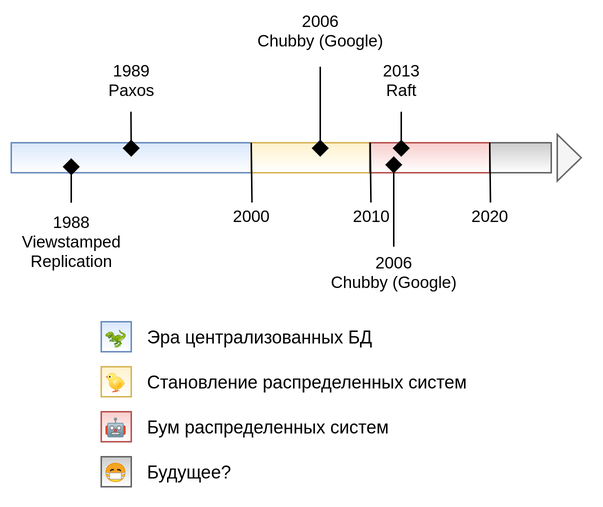
Before: 2020-ru-consensus-algorithms-and-nodejs/slides/images/general-timeline.png, a diagram exported from draw.io (puzpuzpuz/talks). Source tidied: cells renumbered, new cells last; positions are measured from the earlier drawing's top-left corner, leaving out a move shared by most shapes. Source of this version:
```xml
<mxGraphModel>
  <root>
    <mxCell id="0" />
    <mxCell id="1" parent="0" />
    <mxCell id="2" style="rounded=0;whiteSpace=wrap;html=1;fillColor=#dae8fc;strokeColor=#6c8ebf;gradientColor=#ffffff;" parent="1" vertex="1">
      <mxGeometry y="50.7" width="160" height="20" as="geometry" />
    </mxCell>
    <mxCell id="3" value="1988&lt;br&gt;Viewstamped&lt;br&gt;Replication" style="endArrow=diamond;html=1;verticalAlign=top;labelBackgroundColor=none;spacingTop=16;endFill=1;jumpSize=6;endSize=9;" parent="1" edge="1">
      <mxGeometry relative="1" as="geometry">
        <mxPoint x="40" y="90.7" as="sourcePoint" />
        <mxPoint x="40" y="61" as="targetPoint" />
      </mxGeometry>
    </mxCell>
    <mxCell id="4" value="1989&lt;br&gt;Paxos" style="endArrow=none;html=1;entryX=0.033;entryY=-0.033;entryDx=0;entryDy=0;entryPerimeter=0;verticalAlign=bottom;labelBackgroundColor=none;spacingTop=0;spacingBottom=20;endFill=0;startArrow=diamond;startFill=1;endSize=6;startSize=9;" parent="1" edge="1">
      <mxGeometry relative="1" as="geometry">
        <mxPoint x="80" y="60" as="sourcePoint" />
        <mxPoint x="79.8" y="30" as="targetPoint" />
      </mxGeometry>
    </mxCell>
    <mxCell id="5" style="rounded=0;whiteSpace=wrap;html=1;fillColor=#fff2cc;strokeColor=#d6b656;gradientColor=#ffffff;" parent="1" vertex="1">
      <mxGeometry x="160" y="50.7" width="80" height="20" as="geometry" />
    </mxCell>
    <mxCell id="6" value="2000" style="endArrow=none;html=1;entryX=0.093;entryY=0.008;entryDx=0;entryDy=0;entryPerimeter=0;verticalAlign=top;labelBackgroundColor=none;spacingTop=16;" parent="1" edge="1">
      <mxGeometry relative="1" as="geometry">
        <mxPoint x="160.5" y="90.5" as="sourcePoint" />
        <mxPoint x="160" y="50.7" as="targetPoint" />
      </mxGeometry>
    </mxCell>
    <mxCell id="7" style="rounded=0;whiteSpace=wrap;html=1;fillColor=#f8cecc;strokeColor=#b85450;gradientColor=#ffffff;" parent="1" vertex="1">
      <mxGeometry x="239" y="50.7" width="80" height="20" as="geometry" />
    </mxCell>
    <mxCell id="8" value="2013&lt;br&gt;Raft" style="endArrow=none;html=1;verticalAlign=bottom;labelBackgroundColor=none;spacingTop=0;spacingBottom=20;endFill=0;startArrow=diamond;startFill=1;startSize=9;" parent="1" edge="1">
      <mxGeometry relative="1" as="geometry">
        <mxPoint x="260" y="60" as="sourcePoint" />
        <mxPoint x="260" y="30" as="targetPoint" />
      </mxGeometry>
    </mxCell>
    <mxCell id="9" value="2010" style="endArrow=none;html=1;entryX=0.093;entryY=0.008;entryDx=0;entryDy=0;entryPerimeter=0;verticalAlign=top;labelBackgroundColor=none;spacingTop=16;" parent="1" edge="1">
      <mxGeometry relative="1" as="geometry">
        <mxPoint x="239.8" y="90.5" as="sourcePoint" />
        <mxPoint x="239.3" y="50.7" as="targetPoint" />
      </mxGeometry>
    </mxCell>
    <mxCell id="10" value="2006&lt;br&gt;Chubby (Google)" style="endArrow=none;html=1;verticalAlign=bottom;labelBackgroundColor=none;spacingTop=0;spacingBottom=38;endFill=0;startArrow=diamond;startFill=1;startSize=9;" parent="1" edge="1">
      <mxGeometry relative="1" as="geometry">
        <mxPoint x="206" y="60" as="sourcePoint" />
        <mxPoint x="206" as="targetPoint" />
      </mxGeometry>
    </mxCell>
    <mxCell id="11" style="rounded=0;whiteSpace=wrap;html=1;strokeColor=#666666;fontColor=#333333;gradientColor=#ffffff;fillColor=#CCCCCC;" parent="1" vertex="1">
      <mxGeometry x="319" y="50.7" width="41" height="20" as="geometry" />
    </mxCell>
    <mxCell id="12" value="2020" style="endArrow=none;html=1;entryX=0.093;entryY=0.008;entryDx=0;entryDy=0;entryPerimeter=0;verticalAlign=top;labelBackgroundColor=none;spacingTop=16;" parent="1" edge="1">
      <mxGeometry relative="1" as="geometry">
        <mxPoint x="319.5" y="90.5" as="sourcePoint" />
        <mxPoint x="319" y="50.7" as="targetPoint" />
      </mxGeometry>
    </mxCell>
    <mxCell id="13" value="2006&lt;br&gt;Chubby (Google)" style="endArrow=none;html=1;verticalAlign=top;labelBackgroundColor=none;spacingTop=28;spacingBottom=0;endFill=0;startArrow=diamond;startFill=1;startSize=9;" parent="1" edge="1">
      <mxGeometry relative="1" as="geometry">
        <mxPoint x="255" y="59.7" as="sourcePoint" />
        <mxPoint x="255" y="120" as="targetPoint" />
      </mxGeometry>
    </mxCell>
    <mxCell id="14" style="triangle;whiteSpace=wrap;html=1;fillColor=#f5f5f5;strokeColor=#666666;fontColor=#333333;" parent="1" vertex="1">
      <mxGeometry x="364" y="45.2" width="16" height="31" as="geometry" />
    </mxCell>
    <mxCell id="15" value="🦖" style="rounded=0;whiteSpace=wrap;html=1;fillColor=#dae8fc;strokeColor=#6c8ebf;gradientColor=#ffffff;" parent="1" vertex="1">
      <mxGeometry x="60" y="170" width="20" height="20" as="geometry" />
    </mxCell>
    <mxCell id="16" value="🐤" style="rounded=0;whiteSpace=wrap;html=1;fillColor=#fff2cc;strokeColor=#d6b656;gradientColor=#ffffff;" parent="1" vertex="1">
      <mxGeometry x="60" y="200" width="20" height="20" as="geometry" />
    </mxCell>
    <mxCell id="17" value="🤖" style="rounded=0;whiteSpace=wrap;html=1;fillColor=#f8cecc;strokeColor=#b85450;gradientColor=#ffffff;" parent="1" vertex="1">
      <mxGeometry x="60" y="230" width="20" height="20" as="geometry" />
    </mxCell>
    <mxCell id="18" value="😷" style="rounded=0;whiteSpace=wrap;html=1;strokeColor=#666666;fontColor=#333333;gradientColor=#ffffff;fillColor=#CCCCCC;" parent="1" vertex="1">
      <mxGeometry x="60" y="260" width="20" height="20" as="geometry" />
    </mxCell>
    <mxCell id="19" value="Эра централизованных БД" style="text;html=1;strokeColor=none;fillColor=none;align=left;verticalAlign=middle;whiteSpace=wrap;rounded=0;" parent="1" vertex="1">
      <mxGeometry x="89" y="170" width="251" height="20" as="geometry" />
    </mxCell>
    <mxCell id="20" value="Становление распределенных систем" style="text;html=1;strokeColor=none;fillColor=none;align=left;verticalAlign=middle;whiteSpace=wrap;rounded=0;" parent="1" vertex="1">
      <mxGeometry x="89" y="200" width="251" height="20" as="geometry" />
    </mxCell>
    <mxCell id="21" value="Бум распределенных систем" style="text;html=1;strokeColor=none;fillColor=none;align=left;verticalAlign=middle;whiteSpace=wrap;rounded=0;" parent="1" vertex="1">
      <mxGeometry x="89" y="230" width="251" height="20" as="geometry" />
    </mxCell>
    <mxCell id="22" value="Будущее?" style="text;html=1;strokeColor=none;fillColor=none;align=left;verticalAlign=middle;whiteSpace=wrap;rounded=0;" parent="1" vertex="1">
      <mxGeometry x="89" y="260" width="251" height="20" as="geometry" />
    </mxCell>
  </root>
</mxGraphModel>
```
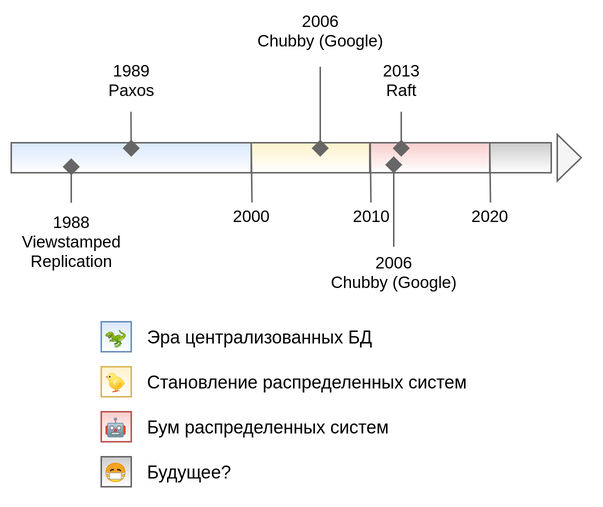
After the change.

The edit, as a diff of the source:
```diff
@@ -2,61 +2,61 @@
   <root>
     <mxCell id="0" />
     <mxCell id="1" parent="0" />
-    <mxCell id="2" style="rounded=0;whiteSpace=wrap;html=1;fillColor=#dae8fc;strokeColor=#6c8ebf;gradientColor=#ffffff;" parent="1" vertex="1">
+    <mxCell id="2" style="rounded=0;whiteSpace=wrap;html=1;fillColor=#dae8fc;gradientColor=#ffffff;strokeColor=#666666;" parent="1" vertex="1">
       <mxGeometry y="50.7" width="160" height="20" as="geometry" />
     </mxCell>
-    <mxCell id="3" value="1988&lt;br&gt;Viewstamped&lt;br&gt;Replication" style="endArrow=diamond;html=1;verticalAlign=top;labelBackgroundColor=none;spacingTop=16;endFill=1;jumpSize=6;endSize=9;" parent="1" edge="1">
+    <mxCell id="3" value="1988&lt;br&gt;Viewstamped&lt;br&gt;Replication" style="endArrow=diamond;html=1;verticalAlign=top;labelBackgroundColor=none;spacingTop=16;endFill=1;jumpSize=6;endSize=9;strokeColor=#666666;" parent="1" edge="1">
       <mxGeometry relative="1" as="geometry">
         <mxPoint x="40" y="90.7" as="sourcePoint" />
         <mxPoint x="40" y="61" as="targetPoint" />
       </mxGeometry>
     </mxCell>
-    <mxCell id="4" value="1989&lt;br&gt;Paxos" style="endArrow=none;html=1;entryX=0.033;entryY=-0.033;entryDx=0;entryDy=0;entryPerimeter=0;verticalAlign=bottom;labelBackgroundColor=none;spacingTop=0;spacingBottom=20;endFill=0;startArrow=diamond;startFill=1;endSize=6;startSize=9;" parent="1" edge="1">
+    <mxCell id="4" value="1989&lt;br&gt;Paxos" style="endArrow=none;html=1;entryX=0.033;entryY=-0.033;entryDx=0;entryDy=0;entryPerimeter=0;verticalAlign=bottom;labelBackgroundColor=none;spacingTop=0;spacingBottom=20;endFill=0;startArrow=diamond;startFill=1;endSize=6;startSize=9;strokeColor=#666666;" parent="1" edge="1">
       <mxGeometry relative="1" as="geometry">
         <mxPoint x="80" y="60" as="sourcePoint" />
         <mxPoint x="79.8" y="30" as="targetPoint" />
       </mxGeometry>
     </mxCell>
-    <mxCell id="5" style="rounded=0;whiteSpace=wrap;html=1;fillColor=#fff2cc;strokeColor=#d6b656;gradientColor=#ffffff;" parent="1" vertex="1">
+    <mxCell id="5" style="rounded=0;whiteSpace=wrap;html=1;fillColor=#fff2cc;gradientColor=#ffffff;strokeColor=#666666;" parent="1" vertex="1">
       <mxGeometry x="160" y="50.7" width="80" height="20" as="geometry" />
     </mxCell>
-    <mxCell id="6" value="2000" style="endArrow=none;html=1;entryX=0.093;entryY=0.008;entryDx=0;entryDy=0;entryPerimeter=0;verticalAlign=top;labelBackgroundColor=none;spacingTop=16;" parent="1" edge="1">
+    <mxCell id="6" value="2000" style="endArrow=none;html=1;entryX=0.093;entryY=0.008;entryDx=0;entryDy=0;entryPerimeter=0;verticalAlign=top;labelBackgroundColor=none;spacingTop=16;strokeColor=#666666;" parent="1" edge="1">
       <mxGeometry relative="1" as="geometry">
         <mxPoint x="160.5" y="90.5" as="sourcePoint" />
         <mxPoint x="160" y="50.7" as="targetPoint" />
       </mxGeometry>
     </mxCell>
-    <mxCell id="7" style="rounded=0;whiteSpace=wrap;html=1;fillColor=#f8cecc;strokeColor=#b85450;gradientColor=#ffffff;" parent="1" vertex="1">
+    <mxCell id="7" style="rounded=0;whiteSpace=wrap;html=1;fillColor=#f8cecc;gradientColor=#ffffff;strokeColor=#666666;" parent="1" vertex="1">
       <mxGeometry x="239" y="50.7" width="80" height="20" as="geometry" />
     </mxCell>
-    <mxCell id="8" value="2013&lt;br&gt;Raft" style="endArrow=none;html=1;verticalAlign=bottom;labelBackgroundColor=none;spacingTop=0;spacingBottom=20;endFill=0;startArrow=diamond;startFill=1;startSize=9;" parent="1" edge="1">
+    <mxCell id="8" value="2013&lt;br&gt;Raft" style="endArrow=none;html=1;verticalAlign=bottom;labelBackgroundColor=none;spacingTop=0;spacingBottom=20;endFill=0;startArrow=diamond;startFill=1;startSize=9;strokeColor=#666666;" parent="1" edge="1">
       <mxGeometry relative="1" as="geometry">
         <mxPoint x="260" y="60" as="sourcePoint" />
         <mxPoint x="260" y="30" as="targetPoint" />
       </mxGeometry>
     </mxCell>
-    <mxCell id="9" value="2010" style="endArrow=none;html=1;entryX=0.093;entryY=0.008;entryDx=0;entryDy=0;entryPerimeter=0;verticalAlign=top;labelBackgroundColor=none;spacingTop=16;" parent="1" edge="1">
+    <mxCell id="9" value="2010" style="endArrow=none;html=1;entryX=0.093;entryY=0.008;entryDx=0;entryDy=0;entryPerimeter=0;verticalAlign=top;labelBackgroundColor=none;spacingTop=16;strokeColor=#666666;" parent="1" edge="1">
       <mxGeometry relative="1" as="geometry">
         <mxPoint x="239.8" y="90.5" as="sourcePoint" />
         <mxPoint x="239.3" y="50.7" as="targetPoint" />
       </mxGeometry>
     </mxCell>
-    <mxCell id="10" value="2006&lt;br&gt;Chubby (Google)" style="endArrow=none;html=1;verticalAlign=bottom;labelBackgroundColor=none;spacingTop=0;spacingBottom=38;endFill=0;startArrow=diamond;startFill=1;startSize=9;" parent="1" edge="1">
+    <mxCell id="10" value="2006&lt;br&gt;Chubby (Google)" style="endArrow=none;html=1;verticalAlign=bottom;labelBackgroundColor=none;spacingTop=0;spacingBottom=38;endFill=0;startArrow=diamond;startFill=1;startSize=9;strokeColor=#666666;" parent="1" edge="1">
       <mxGeometry relative="1" as="geometry">
         <mxPoint x="206" y="60" as="sourcePoint" />
         <mxPoint x="206" as="targetPoint" />
       </mxGeometry>
     </mxCell>
-    <mxCell id="11" style="rounded=0;whiteSpace=wrap;html=1;strokeColor=#666666;fontColor=#333333;gradientColor=#ffffff;fillColor=#CCCCCC;" parent="1" vertex="1">
+    <mxCell id="11" style="rounded=0;whiteSpace=wrap;html=1;fontColor=#333333;gradientColor=#ffffff;fillColor=#CCCCCC;strokeColor=#666666;" parent="1" vertex="1">
       <mxGeometry x="319" y="50.7" width="41" height="20" as="geometry" />
     </mxCell>
-    <mxCell id="12" value="2020" style="endArrow=none;html=1;entryX=0.093;entryY=0.008;entryDx=0;entryDy=0;entryPerimeter=0;verticalAlign=top;labelBackgroundColor=none;spacingTop=16;" parent="1" edge="1">
+    <mxCell id="12" value="2020" style="endArrow=none;html=1;entryX=0.093;entryY=0.008;entryDx=0;entryDy=0;entryPerimeter=0;verticalAlign=top;labelBackgroundColor=none;spacingTop=16;strokeColor=#666666;" parent="1" edge="1">
       <mxGeometry relative="1" as="geometry">
         <mxPoint x="319.5" y="90.5" as="sourcePoint" />
         <mxPoint x="319" y="50.7" as="targetPoint" />
       </mxGeometry>
     </mxCell>
-    <mxCell id="13" value="2006&lt;br&gt;Chubby (Google)" style="endArrow=none;html=1;verticalAlign=top;labelBackgroundColor=none;spacingTop=28;spacingBottom=0;endFill=0;startArrow=diamond;startFill=1;startSize=9;" parent="1" edge="1">
+    <mxCell id="13" value="2006&lt;br&gt;Chubby (Google)" style="endArrow=none;html=1;verticalAlign=top;labelBackgroundColor=none;spacingTop=28;spacingBottom=0;endFill=0;startArrow=diamond;startFill=1;startSize=9;strokeColor=#666666;" parent="1" edge="1">
       <mxGeometry relative="1" as="geometry">
         <mxPoint x="255" y="59.7" as="sourcePoint" />
         <mxPoint x="255" y="120" as="targetPoint" />
```
